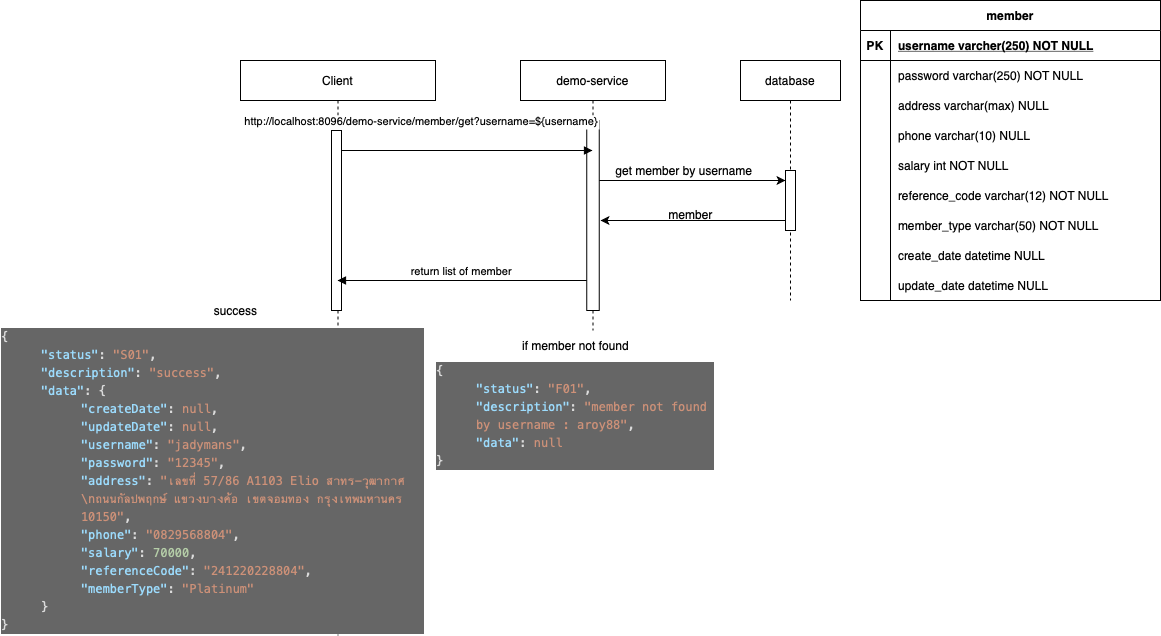
Earlier version of the draw.io export image/get_member_by_username.png (jadymans/demo). Source tidied: cells renumbered, new cells last; positions are measured from the earlier drawing's top-left corner, leaving out a move shared by most shapes. Its diagram source:
```xml
<mxGraphModel>
  <root>
    <mxCell id="0" />
    <mxCell id="1" parent="0" />
    <mxCell id="2" value="Client" style="shape=umlLifeline;perimeter=lifelinePerimeter;rounded=0;shadow=0;strokeWidth=1;" parent="1" vertex="1">
      <mxGeometry x="240" y="60" width="195" height="575" as="geometry" />
    </mxCell>
    <mxCell id="3" style="points=[];perimeter=orthogonalPerimeter;rounded=0;shadow=0;strokeWidth=1;" parent="2" vertex="1">
      <mxGeometry x="91" y="70" width="10" height="180" as="geometry" />
    </mxCell>
    <mxCell id="4" value="&lt;div style=&quot;text-align: start; color: rgb(212, 212, 212); font-family: Menlo, Monaco, &amp;quot;Courier New&amp;quot;, monospace; line-height: 18px;&quot;&gt;&lt;div&gt;&lt;span style=&quot;color: rgb(220, 220, 220);&quot;&gt;{&lt;/span&gt;&lt;/div&gt;&lt;/div&gt;&lt;blockquote style=&quot;margin: 0 0 0 40px; border: none; padding: 0px;&quot;&gt;&lt;div style=&quot;text-align: start; color: rgb(212, 212, 212); font-family: Menlo, Monaco, &amp;quot;Courier New&amp;quot;, monospace; line-height: 18px;&quot;&gt;&lt;div&gt;&lt;span style=&quot;color: rgb(156, 220, 254);&quot;&gt;&quot;status&quot;&lt;/span&gt;&lt;span style=&quot;color: rgb(220, 220, 220);&quot;&gt;:&lt;/span&gt; &lt;span style=&quot;color: rgb(206, 145, 120);&quot;&gt;&quot;S01&quot;&lt;/span&gt;&lt;span style=&quot;color: rgb(220, 220, 220);&quot;&gt;,&lt;/span&gt;&lt;/div&gt;&lt;/div&gt;&lt;div style=&quot;text-align: start; color: rgb(212, 212, 212); font-family: Menlo, Monaco, &amp;quot;Courier New&amp;quot;, monospace; line-height: 18px;&quot;&gt;&lt;div&gt;&lt;span style=&quot;color: rgb(156, 220, 254);&quot;&gt;&quot;description&quot;&lt;/span&gt;&lt;span style=&quot;color: rgb(220, 220, 220);&quot;&gt;:&lt;/span&gt; &lt;span style=&quot;color: rgb(206, 145, 120);&quot;&gt;&quot;success&quot;&lt;/span&gt;&lt;span style=&quot;color: rgb(220, 220, 220);&quot;&gt;,&lt;/span&gt;&lt;/div&gt;&lt;/div&gt;&lt;div style=&quot;text-align: start; color: rgb(212, 212, 212); font-family: Menlo, Monaco, &amp;quot;Courier New&amp;quot;, monospace; line-height: 18px;&quot;&gt;&lt;div&gt;&lt;span style=&quot;color: rgb(156, 220, 254);&quot;&gt;&quot;data&quot;&lt;/span&gt;&lt;span style=&quot;color: rgb(220, 220, 220);&quot;&gt;:&lt;/span&gt; &lt;span style=&quot;color: rgb(220, 220, 220);&quot;&gt;{&lt;/span&gt;&lt;/div&gt;&lt;/div&gt;&lt;/blockquote&gt;&lt;blockquote style=&quot;margin: 0 0 0 40px; border: none; padding: 0px;&quot;&gt;&lt;blockquote style=&quot;margin: 0 0 0 40px; border: none; padding: 0px;&quot;&gt;&lt;div style=&quot;text-align: start; color: rgb(212, 212, 212); font-family: Menlo, Monaco, &amp;quot;Courier New&amp;quot;, monospace; line-height: 18px;&quot;&gt;&lt;div&gt;&lt;span style=&quot;color: rgb(156, 220, 254);&quot;&gt;&quot;createDate&quot;&lt;/span&gt;&lt;span style=&quot;color: rgb(220, 220, 220);&quot;&gt;:&lt;/span&gt; &lt;span style=&quot;color: rgb(206, 145, 120);&quot;&gt;null&lt;/span&gt;&lt;span style=&quot;color: rgb(220, 220, 220);&quot;&gt;,&lt;/span&gt;&lt;/div&gt;&lt;/div&gt;&lt;/blockquote&gt;&lt;blockquote style=&quot;margin: 0 0 0 40px; border: none; padding: 0px;&quot;&gt;&lt;div style=&quot;text-align: start; color: rgb(212, 212, 212); font-family: Menlo, Monaco, &amp;quot;Courier New&amp;quot;, monospace; line-height: 18px;&quot;&gt;&lt;div&gt;&lt;span style=&quot;color: rgb(156, 220, 254);&quot;&gt;&quot;updateDate&quot;&lt;/span&gt;&lt;span style=&quot;color: rgb(220, 220, 220);&quot;&gt;:&lt;/span&gt; &lt;span style=&quot;color: rgb(206, 145, 120);&quot;&gt;null&lt;/span&gt;&lt;span style=&quot;color: rgb(220, 220, 220);&quot;&gt;,&lt;/span&gt;&lt;/div&gt;&lt;/div&gt;&lt;/blockquote&gt;&lt;blockquote style=&quot;margin: 0 0 0 40px; border: none; padding: 0px;&quot;&gt;&lt;div style=&quot;text-align: start; color: rgb(212, 212, 212); font-family: Menlo, Monaco, &amp;quot;Courier New&amp;quot;, monospace; line-height: 18px;&quot;&gt;&lt;div&gt;&lt;span style=&quot;color: rgb(156, 220, 254);&quot;&gt;&quot;username&quot;&lt;/span&gt;&lt;span style=&quot;color: rgb(220, 220, 220);&quot;&gt;:&lt;/span&gt; &lt;span style=&quot;color: rgb(206, 145, 120);&quot;&gt;&quot;jadymans&quot;&lt;/span&gt;&lt;span style=&quot;color: rgb(220, 220, 220);&quot;&gt;,&lt;/span&gt;&lt;/div&gt;&lt;/div&gt;&lt;/blockquote&gt;&lt;blockquote style=&quot;margin: 0 0 0 40px; border: none; padding: 0px;&quot;&gt;&lt;div style=&quot;text-align: start; color: rgb(212, 212, 212); font-family: Menlo, Monaco, &amp;quot;Courier New&amp;quot;, monospace; line-height: 18px;&quot;&gt;&lt;div&gt;&lt;span style=&quot;color: rgb(156, 220, 254);&quot;&gt;&quot;password&quot;&lt;/span&gt;&lt;span style=&quot;color: rgb(220, 220, 220);&quot;&gt;:&lt;/span&gt; &lt;span style=&quot;color: rgb(206, 145, 120);&quot;&gt;&quot;12345&quot;&lt;/span&gt;&lt;span style=&quot;color: rgb(220, 220, 220);&quot;&gt;,&lt;/span&gt;&lt;/div&gt;&lt;/div&gt;&lt;/blockquote&gt;&lt;blockquote style=&quot;margin: 0 0 0 40px; border: none; padding: 0px;&quot;&gt;&lt;div style=&quot;text-align: start; color: rgb(212, 212, 212); font-family: Menlo, Monaco, &amp;quot;Courier New&amp;quot;, monospace; line-height: 18px;&quot;&gt;&lt;div&gt;&lt;span style=&quot;color: rgb(156, 220, 254);&quot;&gt;&quot;address&quot;&lt;/span&gt;&lt;span style=&quot;color: rgb(220, 220, 220);&quot;&gt;:&lt;/span&gt; &lt;span style=&quot;color: rgb(206, 145, 120);&quot;&gt;&quot;เลขที่ 57/86 A1103 Elio สาทร-วุฒากาศ \nถนนกัลปพฤกษ์ แขวงบางค้อ เขตจอมทอง กรุงเทพมหานคร 10150&quot;&lt;/span&gt;&lt;span style=&quot;color: rgb(220, 220, 220);&quot;&gt;,&lt;/span&gt;&lt;/div&gt;&lt;/div&gt;&lt;/blockquote&gt;&lt;blockquote style=&quot;margin: 0 0 0 40px; border: none; padding: 0px;&quot;&gt;&lt;div style=&quot;text-align: start; color: rgb(212, 212, 212); font-family: Menlo, Monaco, &amp;quot;Courier New&amp;quot;, monospace; line-height: 18px;&quot;&gt;&lt;div&gt;&lt;span style=&quot;color: rgb(156, 220, 254);&quot;&gt;&quot;phone&quot;&lt;/span&gt;&lt;span style=&quot;color: rgb(220, 220, 220);&quot;&gt;:&lt;/span&gt; &lt;span style=&quot;color: rgb(206, 145, 120);&quot;&gt;&quot;0829568804&quot;&lt;/span&gt;&lt;span style=&quot;color: rgb(220, 220, 220);&quot;&gt;,&lt;/span&gt;&lt;/div&gt;&lt;/div&gt;&lt;/blockquote&gt;&lt;blockquote style=&quot;margin: 0 0 0 40px; border: none; padding: 0px;&quot;&gt;&lt;div style=&quot;text-align: start; color: rgb(212, 212, 212); font-family: Menlo, Monaco, &amp;quot;Courier New&amp;quot;, monospace; line-height: 18px;&quot;&gt;&lt;div&gt;&lt;span style=&quot;color: rgb(156, 220, 254);&quot;&gt;&quot;salary&quot;&lt;/span&gt;&lt;span style=&quot;color: rgb(220, 220, 220);&quot;&gt;:&lt;/span&gt; &lt;span style=&quot;color: rgb(181, 206, 168);&quot;&gt;70000&lt;/span&gt;&lt;span style=&quot;color: rgb(220, 220, 220);&quot;&gt;,&lt;/span&gt;&lt;/div&gt;&lt;/div&gt;&lt;/blockquote&gt;&lt;blockquote style=&quot;margin: 0 0 0 40px; border: none; padding: 0px;&quot;&gt;&lt;div style=&quot;text-align: start; color: rgb(212, 212, 212); font-family: Menlo, Monaco, &amp;quot;Courier New&amp;quot;, monospace; line-height: 18px;&quot;&gt;&lt;div&gt;&lt;span style=&quot;color: rgb(156, 220, 254);&quot;&gt;&quot;referenceCode&quot;&lt;/span&gt;&lt;span style=&quot;color: rgb(220, 220, 220);&quot;&gt;:&lt;/span&gt; &lt;span style=&quot;color: rgb(206, 145, 120);&quot;&gt;&quot;241220228804&quot;&lt;/span&gt;&lt;span style=&quot;color: rgb(220, 220, 220);&quot;&gt;,&lt;/span&gt;&lt;/div&gt;&lt;/div&gt;&lt;/blockquote&gt;&lt;blockquote style=&quot;margin: 0 0 0 40px; border: none; padding: 0px;&quot;&gt;&lt;div style=&quot;text-align: start; color: rgb(212, 212, 212); font-family: Menlo, Monaco, &amp;quot;Courier New&amp;quot;, monospace; line-height: 18px;&quot;&gt;&lt;div&gt;&lt;span style=&quot;color: rgb(156, 220, 254);&quot;&gt;&quot;memberType&quot;&lt;/span&gt;&lt;span style=&quot;color: rgb(220, 220, 220);&quot;&gt;:&lt;/span&gt; &lt;span style=&quot;color: rgb(206, 145, 120);&quot;&gt;&quot;Platinum&quot;&lt;/span&gt;&lt;/div&gt;&lt;/div&gt;&lt;/blockquote&gt;&lt;/blockquote&gt;&lt;blockquote style=&quot;margin: 0 0 0 40px; border: none; padding: 0px;&quot;&gt;&lt;div style=&quot;text-align: start; color: rgb(212, 212, 212); font-family: Menlo, Monaco, &amp;quot;Courier New&amp;quot;, monospace; line-height: 18px;&quot;&gt;&lt;div&gt;&lt;span style=&quot;color: rgb(220, 220, 220);&quot;&gt;}&lt;/span&gt;&lt;/div&gt;&lt;/div&gt;&lt;/blockquote&gt;&lt;div style=&quot;text-align: start; color: rgb(212, 212, 212); font-family: Menlo, Monaco, &amp;quot;Courier New&amp;quot;, monospace; line-height: 18px;&quot;&gt;&lt;div&gt;&lt;span style=&quot;color: rgb(220, 220, 220);&quot;&gt;}&lt;/span&gt;&lt;/div&gt;&lt;/div&gt;" style="text;html=1;strokeColor=none;fillColor=none;align=center;verticalAlign=middle;whiteSpace=wrap;rounded=0;labelBackgroundColor=#666666;" parent="2" vertex="1">
      <mxGeometry x="-240" y="265" width="425" height="310" as="geometry" />
    </mxCell>
    <mxCell id="5" value="success" style="text;html=1;align=center;verticalAlign=middle;strokeColor=none;fillColor=none;" parent="2" vertex="1">
      <mxGeometry x="-40" y="235" width="70" height="30" as="geometry" />
    </mxCell>
    <mxCell id="6" value="demo-service" style="shape=umlLifeline;perimeter=lifelinePerimeter;rounded=0;shadow=0;strokeWidth=1;" parent="1" vertex="1">
      <mxGeometry x="520" y="60" width="145" height="270" as="geometry" />
    </mxCell>
    <mxCell id="7" style="points=[];perimeter=orthogonalPerimeter;rounded=0;shadow=0;strokeWidth=1;" parent="6" vertex="1">
      <mxGeometry x="66.2" y="60" width="12.5" height="190" as="geometry" />
    </mxCell>
    <mxCell id="8" value="http://localhost:8096/demo-service/member/get?username=${username}" style="verticalAlign=bottom;endArrow=block;shadow=0;strokeWidth=1;" parent="1" edge="1" source="3" target="6">
      <mxGeometry x="-0.36" y="20" relative="1" as="geometry">
        <Array as="points">
          <mxPoint x="440" y="150" />
        </Array>
      </mxGeometry>
    </mxCell>
    <mxCell id="9" value="return list of member" style="verticalAlign=bottom;endArrow=block;shadow=0;strokeWidth=1;" parent="1" edge="1" source="7" target="2">
      <mxGeometry relative="1" as="geometry">
        <Array as="points">
          <mxPoint x="460" y="280" />
        </Array>
      </mxGeometry>
    </mxCell>
    <mxCell id="10" value="database" style="shape=umlLifeline;perimeter=lifelinePerimeter;rounded=0;shadow=0;strokeWidth=1;" parent="1" vertex="1">
      <mxGeometry x="740" y="60" width="100" height="240" as="geometry" />
    </mxCell>
    <mxCell id="11" style="points=[];perimeter=orthogonalPerimeter;rounded=0;shadow=0;strokeWidth=1;" parent="10" vertex="1">
      <mxGeometry x="45" y="110" width="10" height="60" as="geometry" />
    </mxCell>
    <mxCell id="12" style="edgeStyle=orthogonalEdgeStyle;rounded=0;jettySize=auto;html=1;fontColor=#000000;" parent="1" edge="1" source="7" target="11">
      <mxGeometry relative="1" as="geometry">
        <Array as="points">
          <mxPoint x="690" y="180" />
          <mxPoint x="690" y="180" />
        </Array>
      </mxGeometry>
    </mxCell>
    <mxCell id="13" value="get member by username&amp;nbsp;" style="text;html=1;align=center;verticalAlign=middle;strokeColor=none;fillColor=none;fontColor=#000000;labelBackgroundColor=none;" parent="1" vertex="1">
      <mxGeometry x="605" y="155" width="160" height="30" as="geometry" />
    </mxCell>
    <mxCell id="14" style="edgeStyle=orthogonalEdgeStyle;rounded=0;jettySize=auto;html=1;fontColor=#000000;" parent="1" edge="1" source="11">
      <mxGeometry relative="1" as="geometry">
        <mxPoint x="600" y="220" as="targetPoint" />
        <Array as="points">
          <mxPoint x="740" y="220" />
          <mxPoint x="740" y="220" />
        </Array>
      </mxGeometry>
    </mxCell>
    <mxCell id="15" value="member" style="text;html=1;align=center;verticalAlign=middle;strokeColor=none;fillColor=none;fontColor=#000000;" parent="1" vertex="1">
      <mxGeometry x="655" y="199" width="70" height="30" as="geometry" />
    </mxCell>
    <mxCell id="16" value="member" style="shape=table;startSize=30;rowLines=0;fontStyle=1;align=center;" parent="1" vertex="1">
      <mxGeometry x="860" width="300" height="300" as="geometry" />
    </mxCell>
    <mxCell id="17" style="shape=partialRectangle;fillColor=none;top=0;left=0;right=0;bottom=1;" parent="16" vertex="1">
      <mxGeometry y="30" width="300" height="30" as="geometry" />
    </mxCell>
    <mxCell id="18" value="PK" style="shape=partialRectangle;overflow=hidden;fillColor=none;top=0;left=0;bottom=0;right=0;fontStyle=1;" parent="17" vertex="1">
      <mxGeometry width="30" height="30" as="geometry" />
    </mxCell>
    <mxCell id="19" value="username varcher(250) NOT NULL " style="shape=partialRectangle;overflow=hidden;fillColor=none;top=0;left=0;bottom=0;right=0;align=left;spacingLeft=6;fontStyle=5;" parent="17" vertex="1">
      <mxGeometry x="30" width="270" height="30" as="geometry" />
    </mxCell>
    <mxCell id="20" style="shape=partialRectangle;fillColor=none;top=0;left=0;right=0;bottom=0;" parent="16" vertex="1">
      <mxGeometry y="60" width="300" height="30" as="geometry" />
    </mxCell>
    <mxCell id="21" style="shape=partialRectangle;overflow=hidden;fillColor=none;top=0;left=0;bottom=0;right=0;" parent="20" vertex="1">
      <mxGeometry width="30" height="30" as="geometry" />
    </mxCell>
    <mxCell id="22" value="password varchar(250) NOT NULL" style="shape=partialRectangle;overflow=hidden;fillColor=none;top=0;left=0;bottom=0;right=0;align=left;spacingLeft=6;" parent="20" vertex="1">
      <mxGeometry x="30" width="270" height="30" as="geometry" />
    </mxCell>
    <mxCell id="23" style="shape=partialRectangle;fillColor=none;top=0;left=0;right=0;bottom=0;" parent="16" vertex="1">
      <mxGeometry y="90" width="300" height="30" as="geometry" />
    </mxCell>
    <mxCell id="24" style="shape=partialRectangle;overflow=hidden;fillColor=none;top=0;left=0;bottom=0;right=0;" parent="23" vertex="1">
      <mxGeometry width="30" height="30" as="geometry" />
    </mxCell>
    <mxCell id="25" value="address varchar(max) NULL" style="shape=partialRectangle;overflow=hidden;fillColor=none;top=0;left=0;bottom=0;right=0;align=left;spacingLeft=6;" parent="23" vertex="1">
      <mxGeometry x="30" width="270" height="30" as="geometry" />
    </mxCell>
    <mxCell id="26" style="shape=partialRectangle;fillColor=none;top=0;left=0;right=0;bottom=0;" parent="16" vertex="1">
      <mxGeometry y="120" width="300" height="30" as="geometry" />
    </mxCell>
    <mxCell id="27" style="shape=partialRectangle;overflow=hidden;fillColor=none;top=0;left=0;bottom=0;right=0;" parent="26" vertex="1">
      <mxGeometry width="30" height="30" as="geometry" />
    </mxCell>
    <mxCell id="28" value="phone varchar(10) NULL" style="shape=partialRectangle;overflow=hidden;fillColor=none;top=0;left=0;bottom=0;right=0;align=left;spacingLeft=6;" parent="26" vertex="1">
      <mxGeometry x="30" width="270" height="30" as="geometry" />
    </mxCell>
    <mxCell id="29" style="shape=partialRectangle;fillColor=none;top=0;left=0;right=0;bottom=0;" parent="16" vertex="1">
      <mxGeometry y="150" width="300" height="30" as="geometry" />
    </mxCell>
    <mxCell id="30" style="shape=partialRectangle;overflow=hidden;fillColor=none;top=0;left=0;bottom=0;right=0;" parent="29" vertex="1">
      <mxGeometry width="30" height="30" as="geometry" />
    </mxCell>
    <mxCell id="31" value="salary int NOT NULL" style="shape=partialRectangle;overflow=hidden;fillColor=none;top=0;left=0;bottom=0;right=0;align=left;spacingLeft=6;" parent="29" vertex="1">
      <mxGeometry x="30" width="270" height="30" as="geometry" />
    </mxCell>
    <mxCell id="32" style="shape=partialRectangle;fillColor=none;top=0;left=0;right=0;bottom=0;" parent="16" vertex="1">
      <mxGeometry y="180" width="300" height="30" as="geometry" />
    </mxCell>
    <mxCell id="33" style="shape=partialRectangle;overflow=hidden;fillColor=none;top=0;left=0;bottom=0;right=0;" parent="32" vertex="1">
      <mxGeometry width="30" height="30" as="geometry" />
    </mxCell>
    <mxCell id="34" value="reference_code varchar(12) NOT NULL" style="shape=partialRectangle;overflow=hidden;fillColor=none;top=0;left=0;bottom=0;right=0;align=left;spacingLeft=6;labelBackgroundColor=#FFFFFF;" parent="32" vertex="1">
      <mxGeometry x="30" width="270" height="30" as="geometry" />
    </mxCell>
    <mxCell id="35" style="shape=partialRectangle;fillColor=none;top=0;left=0;right=0;bottom=0;" parent="16" vertex="1">
      <mxGeometry y="210" width="300" height="30" as="geometry" />
    </mxCell>
    <mxCell id="36" style="shape=partialRectangle;overflow=hidden;fillColor=none;top=0;left=0;bottom=0;right=0;" parent="35" vertex="1">
      <mxGeometry width="30" height="30" as="geometry" />
    </mxCell>
    <mxCell id="37" value="member_type varchar(50) NOT NULL" style="shape=partialRectangle;overflow=hidden;fillColor=none;top=0;left=0;bottom=0;right=0;align=left;spacingLeft=6;labelBackgroundColor=#FFFFFF;" parent="35" vertex="1">
      <mxGeometry x="30" width="270" height="30" as="geometry" />
    </mxCell>
    <mxCell id="38" style="shape=partialRectangle;fillColor=none;top=0;left=0;right=0;bottom=0;" parent="16" vertex="1">
      <mxGeometry y="240" width="300" height="30" as="geometry" />
    </mxCell>
    <mxCell id="39" style="shape=partialRectangle;overflow=hidden;fillColor=none;top=0;left=0;bottom=0;right=0;" parent="38" vertex="1">
      <mxGeometry width="30" height="30" as="geometry" />
    </mxCell>
    <mxCell id="40" value="create_date datetime NULL" style="shape=partialRectangle;overflow=hidden;fillColor=none;top=0;left=0;bottom=0;right=0;align=left;spacingLeft=6;labelBackgroundColor=#FFFFFF;" parent="38" vertex="1">
      <mxGeometry x="30" width="270" height="30" as="geometry" />
    </mxCell>
    <mxCell id="41" style="shape=partialRectangle;fillColor=none;top=0;left=0;right=0;bottom=0;" parent="16" vertex="1">
      <mxGeometry y="270" width="300" height="30" as="geometry" />
    </mxCell>
    <mxCell id="42" style="shape=partialRectangle;overflow=hidden;fillColor=none;top=0;left=0;bottom=0;right=0;" parent="41" vertex="1">
      <mxGeometry width="30" height="30" as="geometry" />
    </mxCell>
    <mxCell id="43" value="update_date datetime NULL" style="shape=partialRectangle;overflow=hidden;fillColor=none;top=0;left=0;bottom=0;right=0;align=left;spacingLeft=6;labelBackgroundColor=#FFFFFF;" parent="41" vertex="1">
      <mxGeometry x="30" width="270" height="30" as="geometry" />
    </mxCell>
    <mxCell id="44" value="if member not found" style="text;html=1;align=center;verticalAlign=middle;strokeColor=none;fillColor=none;" parent="1" vertex="1">
      <mxGeometry x="510" y="330" width="130" height="30" as="geometry" />
    </mxCell>
    <mxCell id="45" value="&lt;div style=&quot;text-align: start; color: rgb(212, 212, 212); font-family: Menlo, Monaco, &amp;quot;Courier New&amp;quot;, monospace; line-height: 18px;&quot;&gt;&lt;div style=&quot;line-height: 18px;&quot;&gt;&lt;div&gt;&lt;span style=&quot;color: rgb(220, 220, 220);&quot;&gt;{&lt;/span&gt;&lt;/div&gt;&lt;/div&gt;&lt;/div&gt;&lt;blockquote style=&quot;margin: 0 0 0 40px; border: none; padding: 0px;&quot;&gt;&lt;div style=&quot;text-align: start; color: rgb(212, 212, 212); font-family: Menlo, Monaco, &amp;quot;Courier New&amp;quot;, monospace; line-height: 18px;&quot;&gt;&lt;div style=&quot;line-height: 18px;&quot;&gt;&lt;div&gt;&lt;span style=&quot;color: rgb(156, 220, 254);&quot;&gt;&quot;status&quot;&lt;/span&gt;&lt;span style=&quot;color: rgb(220, 220, 220);&quot;&gt;:&lt;/span&gt; &lt;span style=&quot;color: rgb(206, 145, 120);&quot;&gt;&quot;F01&quot;&lt;/span&gt;&lt;span style=&quot;color: rgb(220, 220, 220);&quot;&gt;,&lt;/span&gt;&lt;/div&gt;&lt;/div&gt;&lt;/div&gt;&lt;div style=&quot;text-align: start; color: rgb(212, 212, 212); font-family: Menlo, Monaco, &amp;quot;Courier New&amp;quot;, monospace; line-height: 18px;&quot;&gt;&lt;div style=&quot;line-height: 18px;&quot;&gt;&lt;div&gt;&lt;span style=&quot;color: rgb(156, 220, 254);&quot;&gt;&quot;description&quot;&lt;/span&gt;&lt;span style=&quot;color: rgb(220, 220, 220);&quot;&gt;:&lt;/span&gt; &lt;span style=&quot;color: rgb(206, 145, 120);&quot;&gt;&quot;member not found by username : aroy88&quot;&lt;/span&gt;&lt;span style=&quot;color: rgb(220, 220, 220);&quot;&gt;,&lt;/span&gt;&lt;/div&gt;&lt;/div&gt;&lt;/div&gt;&lt;div style=&quot;text-align: start; color: rgb(212, 212, 212); font-family: Menlo, Monaco, &amp;quot;Courier New&amp;quot;, monospace; line-height: 18px;&quot;&gt;&lt;div style=&quot;line-height: 18px;&quot;&gt;&lt;div&gt;&lt;span style=&quot;color: rgb(156, 220, 254);&quot;&gt;&quot;data&quot;&lt;/span&gt;&lt;span style=&quot;color: rgb(220, 220, 220);&quot;&gt;:&lt;/span&gt; &lt;span style=&quot;color: rgb(206, 145, 120);&quot;&gt;null&lt;/span&gt;&lt;/div&gt;&lt;/div&gt;&lt;/div&gt;&lt;/blockquote&gt;&lt;div style=&quot;text-align: start; color: rgb(212, 212, 212); font-family: Menlo, Monaco, &amp;quot;Courier New&amp;quot;, monospace; line-height: 18px;&quot;&gt;&lt;div style=&quot;line-height: 18px;&quot;&gt;&lt;div&gt;&lt;span style=&quot;color: rgb(220, 220, 220);&quot;&gt;}&lt;/span&gt;&lt;/div&gt;&lt;/div&gt;&lt;/div&gt;" style="text;html=1;strokeColor=none;fillColor=none;align=center;verticalAlign=middle;whiteSpace=wrap;rounded=0;labelBackgroundColor=#666666;" parent="1" vertex="1">
      <mxGeometry x="435" y="360" width="280" height="110" as="geometry" />
    </mxCell>
  </root>
</mxGraphModel>
```
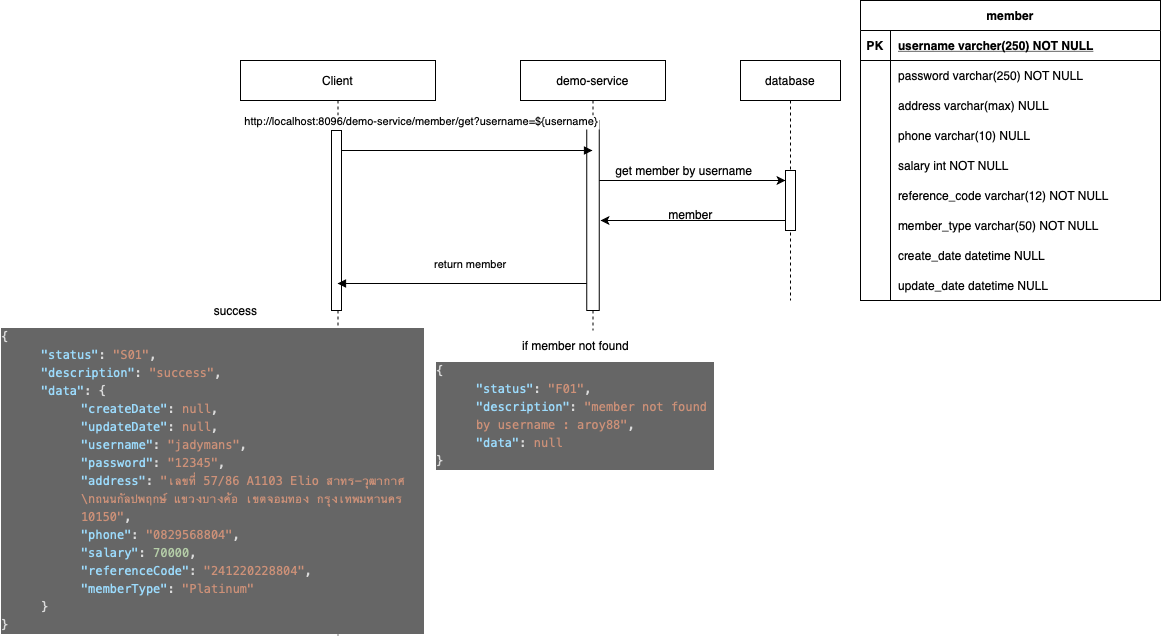
Later version of the same file.

What changed in the source:
```diff
@@ -27,10 +27,12 @@
         </Array>
       </mxGeometry>
     </mxCell>
-    <mxCell id="9" value="return list of member" style="verticalAlign=bottom;endArrow=block;shadow=0;strokeWidth=1;" parent="1" edge="1" source="7" target="2">
-      <mxGeometry relative="1" as="geometry">
+    <mxCell id="9" value="return member" style="verticalAlign=bottom;endArrow=block;shadow=0;strokeWidth=1;" parent="1" edge="1">
+      <mxGeometry x="-0.07" y="-10" relative="1" as="geometry">
+        <mxPoint x="586.2" y="283" as="sourcePoint" />
+        <mxPoint x="337" y="283" as="targetPoint" />
         <Array as="points">
-          <mxPoint x="460" y="280" />
+          <mxPoint x="460" y="283" />
         </Array>
       </mxGeometry>
     </mxCell>
```
